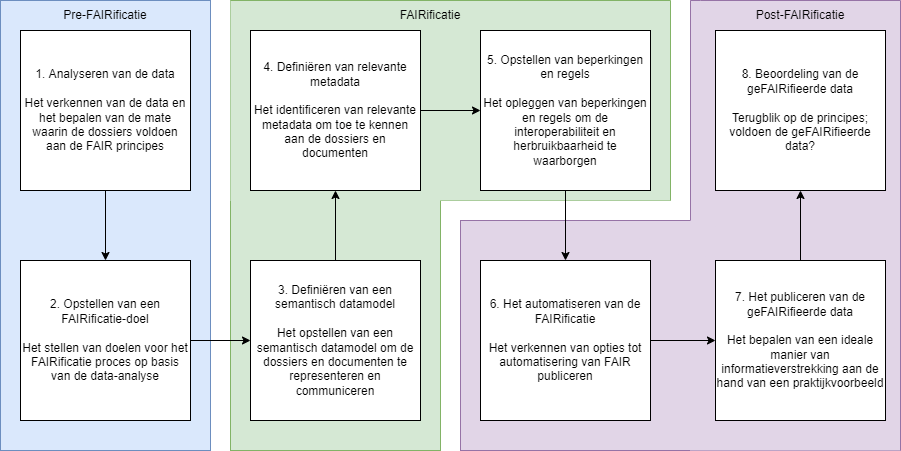
This is research/figures/FAIRificatie.png from maiklarooij/bachelorsthesis, a draw.io export, as it was before one commit. Source tidied: cells renumbered, new cells last; positions are measured from the earlier drawing's top-left corner, leaving out a move shared by most shapes. The source it was exported from:
```xml
<mxGraphModel>
  <root>
    <mxCell id="0" />
    <mxCell id="1" parent="0" />
    <mxCell id="2" style="shape=partialRectangle;whiteSpace=wrap;html=1;top=0;left=0;fillColor=#d5e8d4;strokeColor=#82b366;" parent="1" vertex="1">
      <mxGeometry x="440" y="140" width="230" height="60" as="geometry" />
    </mxCell>
    <mxCell id="3" style="rounded=0;whiteSpace=wrap;html=1;fillColor=#e1d5e7;strokeColor=#9673a6;" parent="1" vertex="1">
      <mxGeometry x="460" y="220" width="440" height="230" as="geometry" />
    </mxCell>
    <mxCell id="4" style="shape=partialRectangle;whiteSpace=wrap;html=1;bottom=0;right=0;fillColor=#e1d5e7;strokeColor=#9673a6;flipH=1;" parent="1" vertex="1">
      <mxGeometry x="690" width="210" height="450" as="geometry" />
    </mxCell>
    <mxCell id="5" style="rounded=0;whiteSpace=wrap;html=1;fillColor=#d5e8d4;strokeColor=#82b366;" parent="1" vertex="1">
      <mxGeometry x="230" width="210" height="450" as="geometry" />
    </mxCell>
    <mxCell id="6" style="shape=partialRectangle;whiteSpace=wrap;html=1;bottom=0;right=0;fillColor=#d5e8d4;strokeColor=#82b366;flipH=1;" parent="1" vertex="1">
      <mxGeometry x="230" width="440" height="200" as="geometry" />
    </mxCell>
    <mxCell id="7" style="rounded=0;whiteSpace=wrap;html=1;fillColor=#dae8fc;strokeColor=#6c8ebf;" parent="1" vertex="1">
      <mxGeometry width="210" height="450" as="geometry" />
    </mxCell>
    <mxCell id="8" style="edgeStyle=orthogonalEdgeStyle;rounded=0;jettySize=auto;html=1;" parent="1" edge="1" source="9" target="13">
      <mxGeometry relative="1" as="geometry" />
    </mxCell>
    <mxCell id="9" value="2. Opstellen van een FAIRificatie-doel&lt;br&gt;&lt;br&gt;Het stellen van doelen voor het FAIRificatie proces op basis van de data-analyse" style="rounded=0;whiteSpace=wrap;html=1;" parent="1" vertex="1">
      <mxGeometry x="20" y="260" width="170" height="160" as="geometry" />
    </mxCell>
    <mxCell id="10" style="edgeStyle=orthogonalEdgeStyle;rounded=0;jettySize=auto;html=1;" parent="1" edge="1" source="11" target="9">
      <mxGeometry relative="1" as="geometry" />
    </mxCell>
    <mxCell id="11" value="1. Analyseren van de data&lt;br&gt;&lt;br&gt;Het verkennen van de data en het bepalen van de mate waarin de dossiers voldoen aan de FAIR principes" style="rounded=0;whiteSpace=wrap;html=1;" parent="1" vertex="1">
      <mxGeometry x="20" y="30" width="170" height="160" as="geometry" />
    </mxCell>
    <mxCell id="12" style="edgeStyle=orthogonalEdgeStyle;rounded=0;jettySize=auto;html=1;entryX=0.5;entryY=1;entryDx=0;entryDy=0;" parent="1" edge="1" source="13" target="15">
      <mxGeometry relative="1" as="geometry" />
    </mxCell>
    <mxCell id="13" value="3. Definiëren van een semantisch datamodel&lt;br&gt;&lt;br&gt;Het opstellen van een semantisch datamodel om de dossiers en documenten te representeren en communiceren" style="rounded=0;whiteSpace=wrap;html=1;" parent="1" vertex="1">
      <mxGeometry x="250" y="260" width="170" height="160" as="geometry" />
    </mxCell>
    <mxCell id="14" style="edgeStyle=orthogonalEdgeStyle;rounded=0;jettySize=auto;html=1;entryX=0;entryY=0.5;entryDx=0;entryDy=0;" parent="1" edge="1" source="15" target="17">
      <mxGeometry relative="1" as="geometry" />
    </mxCell>
    <mxCell id="15" value="4. Definiëren van relevante metadata&lt;br&gt;&lt;br&gt;Het identificeren van relevante metadata om toe te kennen aan de dossiers en documenten" style="rounded=0;whiteSpace=wrap;html=1;" parent="1" vertex="1">
      <mxGeometry x="250" y="30" width="170" height="160" as="geometry" />
    </mxCell>
    <mxCell id="16" style="edgeStyle=orthogonalEdgeStyle;rounded=0;jettySize=auto;html=1;entryX=0.5;entryY=0;entryDx=0;entryDy=0;" parent="1" edge="1" source="17" target="25">
      <mxGeometry relative="1" as="geometry" />
    </mxCell>
    <mxCell id="17" value="5. Opstellen van beperkingen en regels&lt;br&gt;&lt;br&gt;Het opleggen van beperkingen en regels om de interoperabiliteit en herbruikbaarheid te waarborgen" style="rounded=0;whiteSpace=wrap;html=1;" parent="1" vertex="1">
      <mxGeometry x="480" y="30" width="170" height="160" as="geometry" />
    </mxCell>
    <mxCell id="18" style="edgeStyle=orthogonalEdgeStyle;rounded=0;jettySize=auto;html=1;" parent="1" edge="1" source="19" target="20">
      <mxGeometry relative="1" as="geometry" />
    </mxCell>
    <mxCell id="19" value="7. Het publiceren van de geFAIRifieerde data&lt;br&gt;&lt;br&gt;Het bepalen van een ideale manier van informatieverstrekking aan de hand van een praktijkvoorbeeld" style="rounded=0;whiteSpace=wrap;html=1;" parent="1" vertex="1">
      <mxGeometry x="715" y="260" width="170" height="160" as="geometry" />
    </mxCell>
    <mxCell id="20" value="8. Beoordeling van de geFAIRifieerde data&lt;br&gt;&lt;br&gt;Terugblik op de principes; voldoen de geFAIRifieerde data?" style="rounded=0;whiteSpace=wrap;html=1;" parent="1" vertex="1">
      <mxGeometry x="715" y="30" width="170" height="160" as="geometry" />
    </mxCell>
    <mxCell id="21" value="Pre-FAIRificatie" style="text;html=1;strokeColor=none;fillColor=none;align=center;verticalAlign=middle;whiteSpace=wrap;rounded=0;" parent="1" vertex="1">
      <mxGeometry x="55" width="100" height="30" as="geometry" />
    </mxCell>
    <mxCell id="22" value="FAIRificatie" style="text;html=1;strokeColor=none;fillColor=none;align=center;verticalAlign=middle;whiteSpace=wrap;rounded=0;" parent="1" vertex="1">
      <mxGeometry x="380" width="100" height="30" as="geometry" />
    </mxCell>
    <mxCell id="23" value="Post-FAIRificatie" style="text;html=1;strokeColor=none;fillColor=none;align=center;verticalAlign=middle;whiteSpace=wrap;rounded=0;" parent="1" vertex="1">
      <mxGeometry x="750" width="100" height="30" as="geometry" />
    </mxCell>
    <mxCell id="24" style="edgeStyle=orthogonalEdgeStyle;rounded=0;jettySize=auto;html=1;entryX=0;entryY=0.5;entryDx=0;entryDy=0;" parent="1" edge="1" source="25" target="19">
      <mxGeometry relative="1" as="geometry" />
    </mxCell>
    <mxCell id="25" value="6. Het automatiseren van de FAIRificatie&lt;br&gt;&lt;br&gt;Het verkennen van opties tot automatisering van FAIR publiceren" style="rounded=0;whiteSpace=wrap;html=1;" parent="1" vertex="1">
      <mxGeometry x="480" y="260" width="170" height="160" as="geometry" />
    </mxCell>
    <mxCell id="26" style="shape=partialRectangle;whiteSpace=wrap;html=1;bottom=0;right=0;fillColor=#e1d5e7;strokeColor=#9673a6;" parent="1" vertex="1">
      <mxGeometry x="690" width="10" height="220" as="geometry" />
    </mxCell>
  </root>
</mxGraphModel>
```
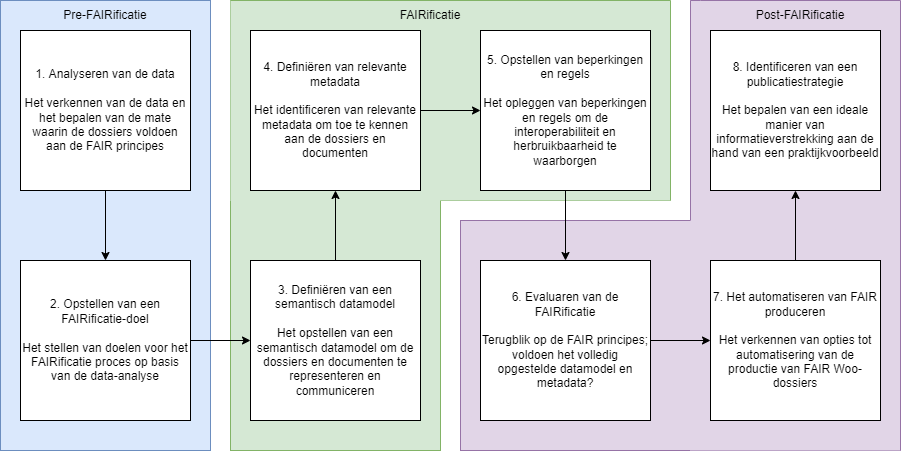
The same file after the commit.

The edit, as a diff of the source:
```diff
@@ -44,20 +44,20 @@
     <mxCell id="15" value="4. Definiëren van relevante metadata&lt;br&gt;&lt;br&gt;Het identificeren van relevante metadata om toe te kennen aan de dossiers en documenten" style="rounded=0;whiteSpace=wrap;html=1;" parent="1" vertex="1">
       <mxGeometry x="250" y="30" width="170" height="160" as="geometry" />
     </mxCell>
-    <mxCell id="16" style="edgeStyle=orthogonalEdgeStyle;rounded=0;jettySize=auto;html=1;entryX=0.5;entryY=0;entryDx=0;entryDy=0;" parent="1" edge="1" source="17" target="25">
-      <mxGeometry relative="1" as="geometry" />
-    </mxCell>
+    <mxCell id="27" style="edgeStyle=orthogonalEdgeStyle;rounded=0;jettySize=auto;html=1;" parent="1" edge="1" source="17" target="20">
+      <mxGeometry relative="1" as="geometry" />
+    </mxCell>
     <mxCell id="17" value="5. Opstellen van beperkingen en regels&lt;br&gt;&lt;br&gt;Het opleggen van beperkingen en regels om de interoperabiliteit en herbruikbaarheid te waarborgen" style="rounded=0;whiteSpace=wrap;html=1;" parent="1" vertex="1">
       <mxGeometry x="480" y="30" width="170" height="160" as="geometry" />
     </mxCell>
-    <mxCell id="18" style="edgeStyle=orthogonalEdgeStyle;rounded=0;jettySize=auto;html=1;" parent="1" edge="1" source="19" target="20">
-      <mxGeometry relative="1" as="geometry" />
-    </mxCell>
-    <mxCell id="19" value="7. Het publiceren van de geFAIRifieerde data&lt;br&gt;&lt;br&gt;Het bepalen van een ideale manier van informatieverstrekking aan de hand van een praktijkvoorbeeld" style="rounded=0;whiteSpace=wrap;html=1;" parent="1" vertex="1">
-      <mxGeometry x="715" y="260" width="170" height="160" as="geometry" />
+    <mxCell id="19" value="8. Identificeren van een publicatiestrategie&lt;br&gt;&lt;br&gt;Het bepalen van een ideale manier van informatieverstrekking aan de hand van een praktijkvoorbeeld" style="rounded=0;whiteSpace=wrap;html=1;" parent="1" vertex="1">
+      <mxGeometry x="710" y="30" width="170" height="160" as="geometry" />
     </mxCell>
+    <mxCell id="28" style="edgeStyle=orthogonalEdgeStyle;rounded=0;jettySize=auto;html=1;" parent="1" edge="1" source="20" target="25">
+      <mxGeometry relative="1" as="geometry" />
+    </mxCell>
-    <mxCell id="20" value="8. Beoordeling van de geFAIRifieerde data&lt;br&gt;&lt;br&gt;Terugblik op de principes; voldoen de geFAIRifieerde data?" style="rounded=0;whiteSpace=wrap;html=1;" parent="1" vertex="1">
-      <mxGeometry x="715" y="30" width="170" height="160" as="geometry" />
+    <mxCell id="20" value="6. Evaluaren van de FAIRificatie&lt;br&gt;&lt;br&gt;Terugblik op de FAIR principes; voldoen het volledig opgestelde datamodel en metadata?" style="rounded=0;whiteSpace=wrap;html=1;" parent="1" vertex="1">
+      <mxGeometry x="480" y="260" width="170" height="160" as="geometry" />
     </mxCell>
     <mxCell id="21" value="Pre-FAIRificatie" style="text;html=1;strokeColor=none;fillColor=none;align=center;verticalAlign=middle;whiteSpace=wrap;rounded=0;" parent="1" vertex="1">
       <mxGeometry x="55" width="100" height="30" as="geometry" />
@@ -68,11 +68,11 @@
     <mxCell id="23" value="Post-FAIRificatie" style="text;html=1;strokeColor=none;fillColor=none;align=center;verticalAlign=middle;whiteSpace=wrap;rounded=0;" parent="1" vertex="1">
       <mxGeometry x="750" width="100" height="30" as="geometry" />
     </mxCell>
-    <mxCell id="24" style="edgeStyle=orthogonalEdgeStyle;rounded=0;jettySize=auto;html=1;entryX=0;entryY=0.5;entryDx=0;entryDy=0;" parent="1" edge="1" source="25" target="19">
+    <mxCell id="24" style="edgeStyle=orthogonalEdgeStyle;rounded=0;jettySize=auto;html=1;" parent="1" edge="1" source="25" target="19">
       <mxGeometry relative="1" as="geometry" />
     </mxCell>
-    <mxCell id="25" value="6. Het automatiseren van de FAIRificatie&lt;br&gt;&lt;br&gt;Het verkennen van opties tot automatisering van FAIR publiceren" style="rounded=0;whiteSpace=wrap;html=1;" parent="1" vertex="1">
-      <mxGeometry x="480" y="260" width="170" height="160" as="geometry" />
+    <mxCell id="25" value="7. Het automatiseren van FAIR produceren&lt;br&gt;&lt;br&gt;Het verkennen van opties tot automatisering van de productie van FAIR Woo-dossiers" style="rounded=0;whiteSpace=wrap;html=1;" parent="1" vertex="1">
+      <mxGeometry x="710" y="260" width="170" height="160" as="geometry" />
     </mxCell>
     <mxCell id="26" style="shape=partialRectangle;whiteSpace=wrap;html=1;bottom=0;right=0;fillColor=#e1d5e7;strokeColor=#9673a6;" parent="1" vertex="1">
       <mxGeometry x="690" width="10" height="220" as="geometry" />
```
